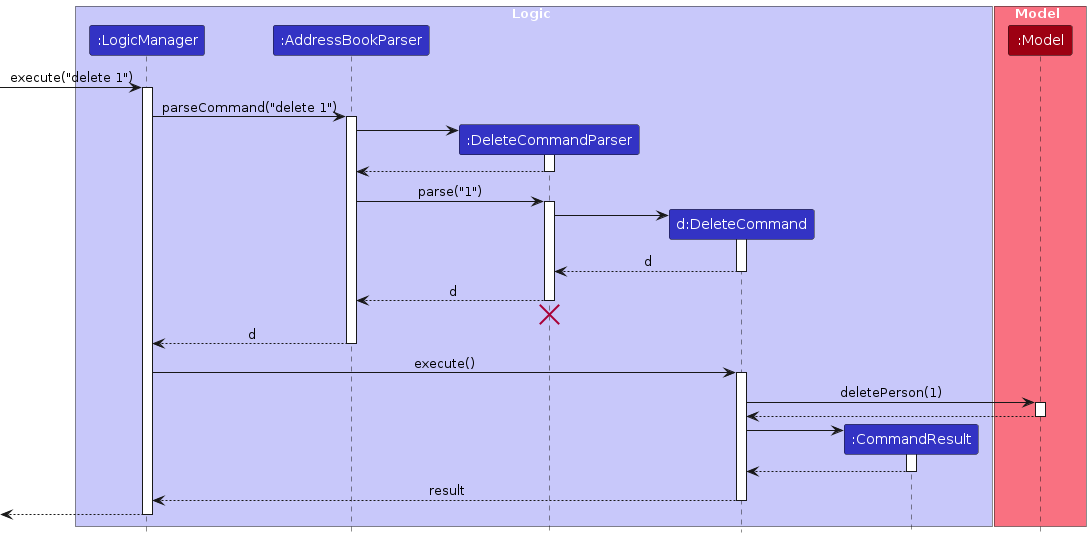
Earlier version of the PlantUML export diagrams/DeleteSequenceDiagram.png (AY2324S1-CS2103T-T14-3/tp). Its source is kept beside it as diagrams/DeleteSequenceDiagram.puml. Source of this version:
```plantuml
@startuml
!include style.puml
skinparam ArrowFontStyle plain

box Logic LOGIC_COLOR_T1
participant ":LogicManager" as LogicManager LOGIC_COLOR
participant ":AddressBookParser" as AddressBookParser LOGIC_COLOR
participant ":DeleteCommandParser" as DeleteCommandParser LOGIC_COLOR
participant "d:DeleteCommand" as DeleteCommand LOGIC_COLOR
participant ":CommandResult" as CommandResult LOGIC_COLOR
end box

box Model MODEL_COLOR_T1
participant ":Model" as Model MODEL_COLOR
end box

[-> LogicManager : execute("delete 1")
activate LogicManager

LogicManager -> AddressBookParser : parseCommand("delete 1")
activate AddressBookParser

create DeleteCommandParser
AddressBookParser -> DeleteCommandParser
activate DeleteCommandParser

DeleteCommandParser --> AddressBookParser
deactivate DeleteCommandParser

AddressBookParser -> DeleteCommandParser : parse("1")
activate DeleteCommandParser

create DeleteCommand
DeleteCommandParser -> DeleteCommand
activate DeleteCommand

DeleteCommand --> DeleteCommandParser : d
deactivate DeleteCommand

DeleteCommandParser --> AddressBookParser : d
deactivate DeleteCommandParser
DeleteCommandParser -[hidden]-> AddressBookParser
destroy DeleteCommandParser

AddressBookParser --> LogicManager : d
deactivate AddressBookParser

LogicManager -> DeleteCommand : execute()
activate DeleteCommand

DeleteCommand -> Model : deletePerson(1)
activate Model

Model --> DeleteCommand
deactivate Model

create CommandResult
DeleteCommand -> CommandResult
activate CommandResult

CommandResult --> DeleteCommand
deactivate CommandResult

DeleteCommand --> LogicManager : result
deactivate DeleteCommand

[<--LogicManager
deactivate LogicManager
@enduml
```
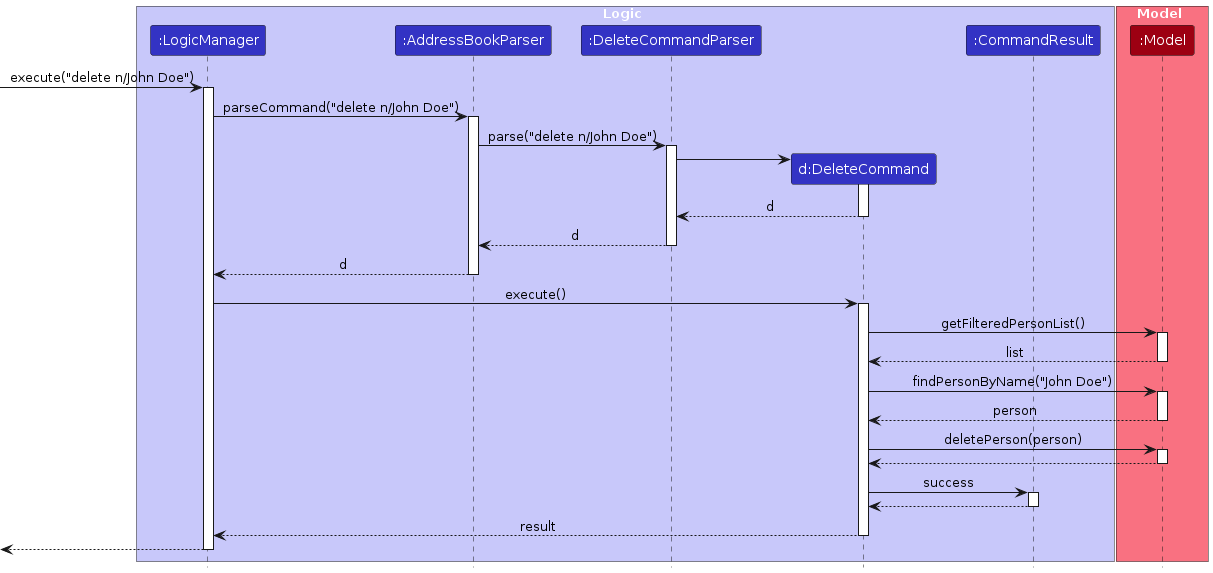
The same diagram one commit later.

What changed in the source:
```diff
@@ -14,23 +14,16 @@
 participant ":Model" as Model MODEL_COLOR
 end box
 
-[-> LogicManager : execute("delete 1")
+[-> LogicManager : execute("delete n/John Doe")
 activate LogicManager
 
-LogicManager -> AddressBookParser : parseCommand("delete 1")
+LogicManager -> AddressBookParser : parseCommand("delete n/John Doe")
 activate AddressBookParser
 
-create DeleteCommandParser
-AddressBookParser -> DeleteCommandParser
+AddressBookParser -> DeleteCommandParser : parse("delete n/John Doe")
 activate DeleteCommandParser
 
-DeleteCommandParser --> AddressBookParser
-deactivate DeleteCommandParser
-
-AddressBookParser -> DeleteCommandParser : parse("1")
-activate DeleteCommandParser
-
-create DeleteCommand
+Create DeleteCommand
 DeleteCommandParser -> DeleteCommand
 activate DeleteCommand
 
@@ -39,8 +32,6 @@
 
 DeleteCommandParser --> AddressBookParser : d
 deactivate DeleteCommandParser
-DeleteCommandParser -[hidden]-> AddressBookParser
-destroy DeleteCommandParser
 
 AddressBookParser --> LogicManager : d
 deactivate AddressBookParser
@@ -48,14 +39,25 @@
 LogicManager -> DeleteCommand : execute()
 activate DeleteCommand
 
-DeleteCommand -> Model : deletePerson(1)
+DeleteCommand -> Model : getFilteredPersonList()
+activate Model
+
+Model --> DeleteCommand : list
+deactivate Model
+
+DeleteCommand -> Model : findPersonByName("John Doe")
+activate Model
+
+Model --> DeleteCommand : person
+deactivate Model
+
+DeleteCommand -> Model : deletePerson(person)
 activate Model
 
 Model --> DeleteCommand
 deactivate Model
 
-create CommandResult
-DeleteCommand -> CommandResult
+DeleteCommand -> CommandResult : success
 activate CommandResult
 
 CommandResult --> DeleteCommand
@@ -64,6 +66,7 @@
 DeleteCommand --> LogicManager : result
 deactivate DeleteCommand
 
-[<--LogicManager
+<-- LogicManager
 deactivate LogicManager
+
 @enduml
```
